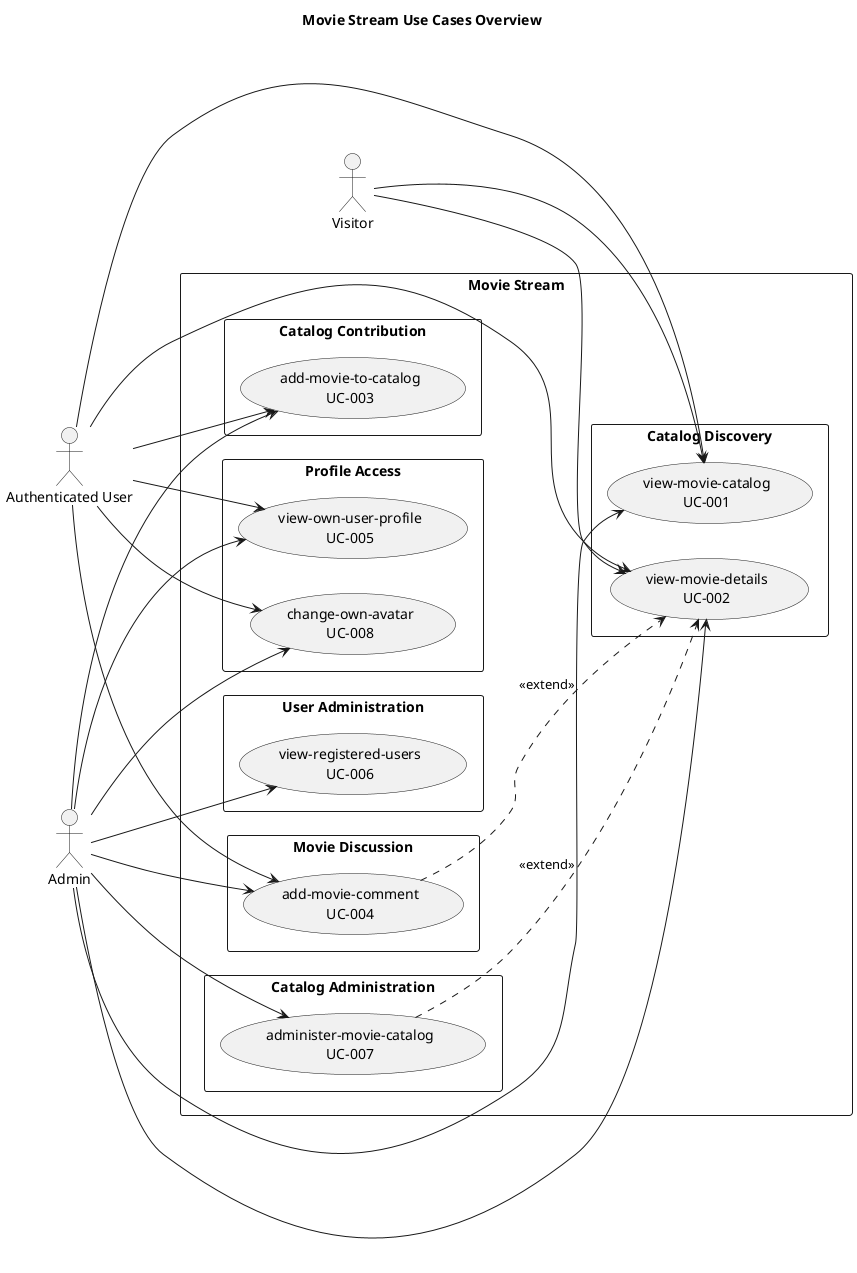
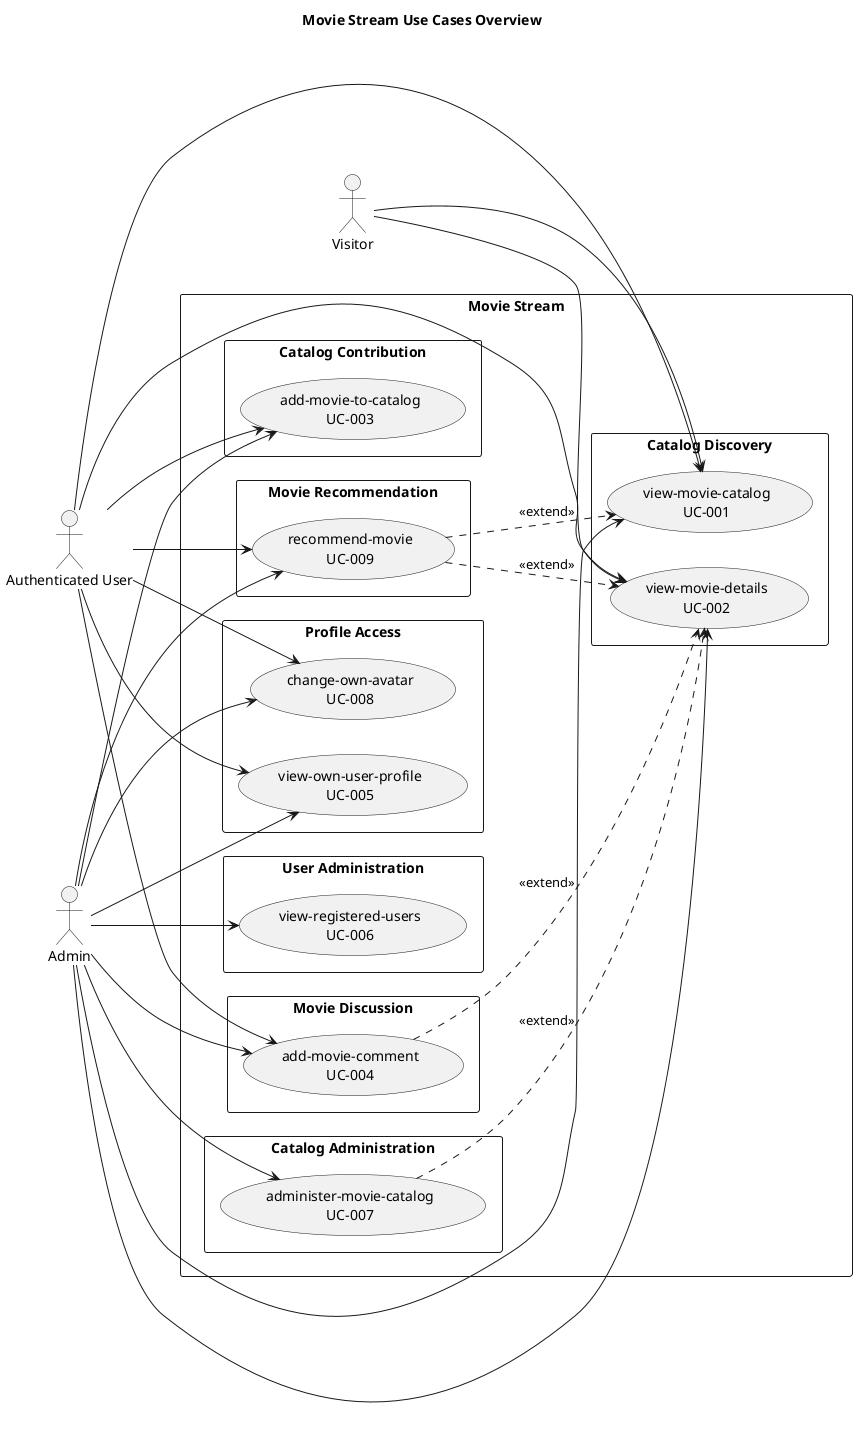
@startuml
title Movie Stream Use Cases Overview
left to right direction
skinparam packageStyle rectangle

actor "Visitor" as visitor
actor "Authenticated User" as user
actor "Admin" as admin

rectangle "Movie Stream" {

    package "Catalog Discovery" {
        usecase "view-movie-catalog\nUC-001" as UC001
        usecase "view-movie-details\nUC-002" as UC002
    }

    package "Catalog Contribution" {
        usecase "add-movie-to-catalog\nUC-003" as UC003
    }

    package "Movie Discussion" {
        usecase "add-movie-comment\nUC-004" as UC004
    }

+     package "Movie Recommendation" {
+         usecase "recommend-movie\nUC-009" as UC009
+     }
+ 
    package "Profile Access" {
        usecase "view-own-user-profile\nUC-005" as UC005
        usecase "change-own-avatar\nUC-008" as UC008
    }

    package "User Administration" {
        usecase "view-registered-users\nUC-006" as UC006
    }

    package "Catalog Administration" {
        usecase "administer-movie-catalog\nUC-007" as UC007
    }
}

visitor --> UC001
visitor --> UC002

user --> UC001
user --> UC002
user --> UC003
user --> UC004
+ user --> UC009
user --> UC005
user --> UC008

admin --> UC001
admin --> UC002
admin --> UC003
admin --> UC004
+ admin --> UC009
admin --> UC005
admin --> UC008
admin --> UC006
admin --> UC007

UC004 ..> UC002 : <<extend>>
+ UC009 ..> UC001 : <<extend>>
+ UC009 ..> UC002 : <<extend>>
UC007 ..> UC002 : <<extend>>

@enduml
